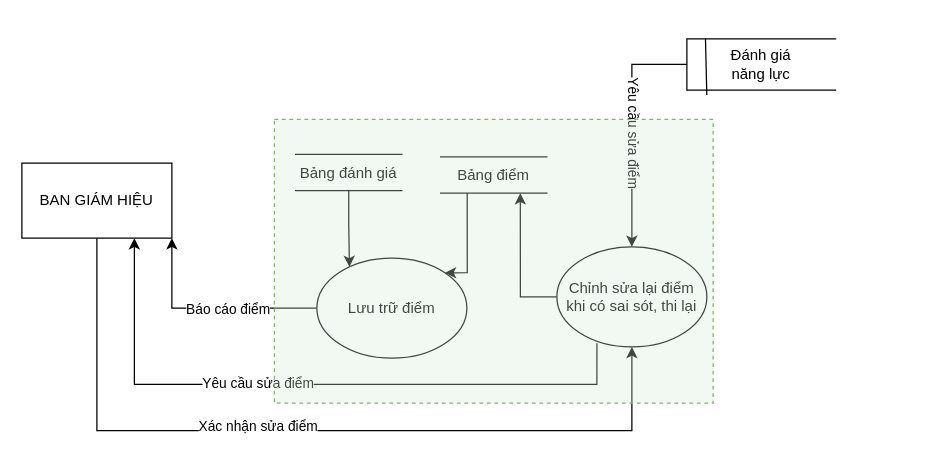
Above: 2.2.3.b.drawio in TLGKien/graph (draw.io), before the change. Source tidied: cells renumbered, new cells numbered last; positions are measured from the earlier drawing's top-left corner, leaving out a move shared by most shapes. Both pictures are drawn from the tidied source at 125%, with x=0, y=0 at pixel (21, 38).
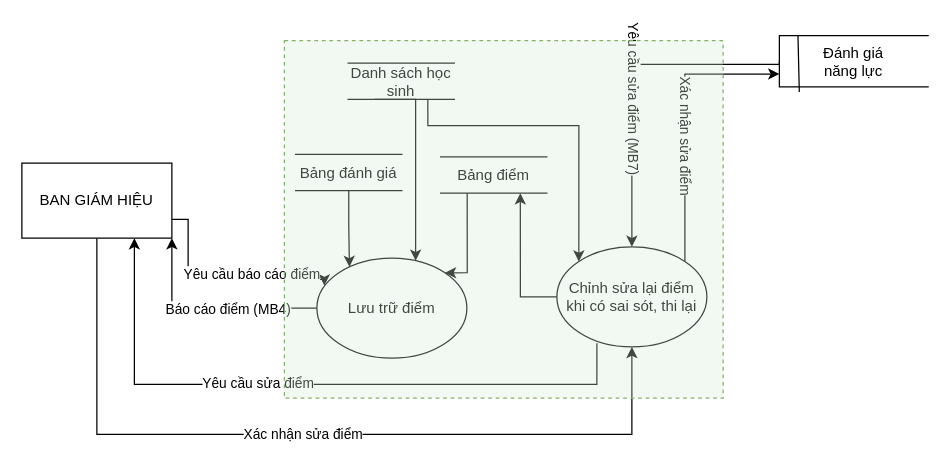
The same page after the edit.

Unchanged cells that the change refers to:
```xml
<mxCell id="6" value="BAN GIÁM HIỆU" style="rounded=0;whiteSpace=wrap;html=1;" parent="1" vertex="1">
  <mxGeometry y="100" width="120" height="60" as="geometry" />
</mxCell>
<mxCell id="7" style="edgeStyle=orthogonalEdgeStyle;rounded=0;jettySize=auto;html=1;entryX=0.5;entryY=0;entryDx=0;entryDy=0;exitX=0;exitY=0.5;exitDx=0;exitDy=0;" parent="1" edge="1" source="18" target="17">
  <mxGeometry relative="1" as="geometry">
    <Array as="points">
      <mxPoint x="488" y="21" />
    </Array>
  </mxGeometry>
</mxCell>
<mxCell id="9" style="edgeStyle=orthogonalEdgeStyle;rounded=0;jettySize=auto;html=1;exitX=0;exitY=0.5;exitDx=0;exitDy=0;entryX=1;entryY=1;entryDx=0;entryDy=0;" parent="1" edge="1" source="11" target="6">
  <mxGeometry relative="1" as="geometry" />
</mxCell>
<mxCell id="11" value="Lưu trữ điểm" style="ellipse;whiteSpace=wrap;html=1;" parent="1" vertex="1">
  <mxGeometry x="236" y="176" width="120" height="80" as="geometry" />
</mxCell>
<mxCell id="17" value="Chỉnh sửa lại điểm khi có sai sót, thi lại" style="ellipse;whiteSpace=wrap;html=1;" parent="1" vertex="1">
  <mxGeometry x="428" y="167" width="120" height="80" as="geometry" />
</mxCell>
```

Diff of the diagram source:
```diff
@@
+    <mxCell id="21" style="edgeStyle=orthogonalEdgeStyle;rounded=0;jettySize=auto;html=1;exitX=1;exitY=0.75;exitDx=0;exitDy=0;entryX=0.05;entryY=0.275;entryDx=0;entryDy=0;entryPerimeter=0;" parent="1" edge="1" source="6" target="11">
+      <mxGeometry relative="1" as="geometry">
+        <Array as="points">
+          <mxPoint x="133" y="145" />
+          <mxPoint x="133" y="193" />
+          <mxPoint x="242" y="193" />
+        </Array>
+      </mxGeometry>
+    </mxCell>
+    <mxCell id="22" value="Yêu cầu báo cáo điểm" style="edgeLabel;html=1;align=center;verticalAlign=middle;" parent="21" vertex="1">
+      <mxGeometry x="0.09" y="1" relative="1" as="geometry">
+        <mxPoint x="16" y="-4" as="offset" />
+      </mxGeometry>
+    </mxCell>
-    <mxCell id="4" style="edgeStyle=orthogonalEdgeStyle;jettySize=auto;html=1;exitX=0.5;exitY=1;exitDx=0;exitDy=0;rounded=0;fontStyle=0;entryX=0.5;entryY=1;entryDx=0;entryDy=0;" parent="1" edge="1" source="6" target="17">
+    <mxCell id="4" style="edgeStyle=orthogonalEdgeStyle;rounded=0;jettySize=auto;html=1;exitX=0.5;exitY=1;exitDx=0;exitDy=0;entryX=0.5;entryY=1;entryDx=0;entryDy=0;" parent="1" edge="1" source="6" target="17">
       <mxGeometry relative="1" as="geometry">
         <Array as="points">
-          <mxPoint x="60" y="314" />
-          <mxPoint x="488" y="314" />
+          <mxPoint x="60" y="317" />
+          <mxPoint x="488" y="317" />
         </Array>
       </mxGeometry>
     </mxCell>
     <mxCell id="5" value="Xác nhận sửa điểm" style="edgeLabel;html=1;align=center;verticalAlign=middle;" parent="4" vertex="1">
-      <mxGeometry x="-0.13" y="4" relative="1" as="geometry" />
+      <mxGeometry x="-0.02" y="1" relative="1" as="geometry" />
     </mxCell>
@@
-    <mxCell id="8" value="Yêu cầu sửa điểm" style="edgeLabel;html=1;align=center;verticalAlign=middle;rotation=90;" parent="7" vertex="1">
+    <mxCell id="8" value="Yêu cầu sửa điểm (MB7)" style="edgeLabel;html=1;align=center;verticalAlign=middle;rotation=90;" parent="7" vertex="1">
       <mxGeometry x="0.28" y="-4" relative="1" as="geometry">
         <mxPoint x="6" y="-24" as="offset" />
       </mxGeometry>
     </mxCell>
@@
-    <mxCell id="10" value="Báo cáo điểm " style="edgeLabel;html=1;align=center;verticalAlign=middle;" parent="9" vertex="1">
+    <mxCell id="10" value="Báo cáo điểm (MB4)" style="edgeLabel;html=1;align=center;verticalAlign=middle;" parent="9" vertex="1">
       <mxGeometry x="-0.02" relative="1" as="geometry">
         <mxPoint x="12" as="offset" />
       </mxGeometry>
     </mxCell>
@@
+    <mxCell id="23" style="edgeStyle=orthogonalEdgeStyle;rounded=0;jettySize=auto;html=1;exitX=1;exitY=0;exitDx=0;exitDy=0;entryX=0;entryY=0.75;entryDx=0;entryDy=0;" parent="1" edge="1" source="17" target="18">
+      <mxGeometry relative="1" as="geometry">
+        <Array as="points">
+          <mxPoint x="530" y="29" />
+        </Array>
+      </mxGeometry>
+    </mxCell>
+    <mxCell id="24" value="Xác nhận sửa điểm" style="edgeLabel;html=1;align=center;verticalAlign=middle;rotation=90;" parent="23" vertex="1">
+      <mxGeometry x="-0.1" y="-1" relative="1" as="geometry" />
+    </mxCell>
@@
     <mxCell id="18" value="&lt;div&gt;Đánh giá &lt;br&gt;&lt;/div&gt;&lt;div&gt;năng lực&lt;/div&gt;" style="shape=partialRectangle;whiteSpace=wrap;html=1;bottom=1;right=0;left=1;top=1;fillColor=none;routingCenterX=-0.5;" parent="1" vertex="1">
-      <mxGeometry x="532" y="0.5" width="119" height="41" as="geometry" />
+      <mxGeometry x="606" y="-2" width="119" height="41" as="geometry" />
     </mxCell>
@@
+    <mxCell id="25" style="edgeStyle=orthogonalEdgeStyle;rounded=0;jettySize=auto;html=1;exitX=0.25;exitY=1;exitDx=0;exitDy=0;" parent="1" edge="1" source="27" target="11">
+      <mxGeometry relative="1" as="geometry">
+        <Array as="points">
+          <mxPoint x="315" y="49" />
+        </Array>
+      </mxGeometry>
+    </mxCell>
+    <mxCell id="26" style="edgeStyle=orthogonalEdgeStyle;rounded=0;jettySize=auto;html=1;exitX=0.75;exitY=1;exitDx=0;exitDy=0;entryX=0;entryY=0;entryDx=0;entryDy=0;" parent="1" edge="1" source="27" target="17">
+      <mxGeometry relative="1" as="geometry">
+        <Array as="points">
+          <mxPoint x="325" y="70" />
+          <mxPoint x="446" y="70" />
+        </Array>
+      </mxGeometry>
+    </mxCell>
+    <mxCell id="27" value="Danh sách học sinh" style="shape=partialRectangle;whiteSpace=wrap;html=1;left=0;right=0;fillColor=none;rounded=0;shadow=0;glass=0;sketch=0;" parent="1" vertex="1">
+      <mxGeometry x="261" y="20" width="85" height="29" as="geometry" />
+    </mxCell>
     <mxCell id="20" style="rounded=0;whiteSpace=wrap;html=1;fillOpacity=30;fillColor=#d5e8d4;strokeColor=#82b366;dashed=1;" parent="1" vertex="1">
-      <mxGeometry x="202" y="65" width="351" height="227" as="geometry" />
+      <mxGeometry x="210" y="2" width="351" height="286" as="geometry" />
     </mxCell>
```
